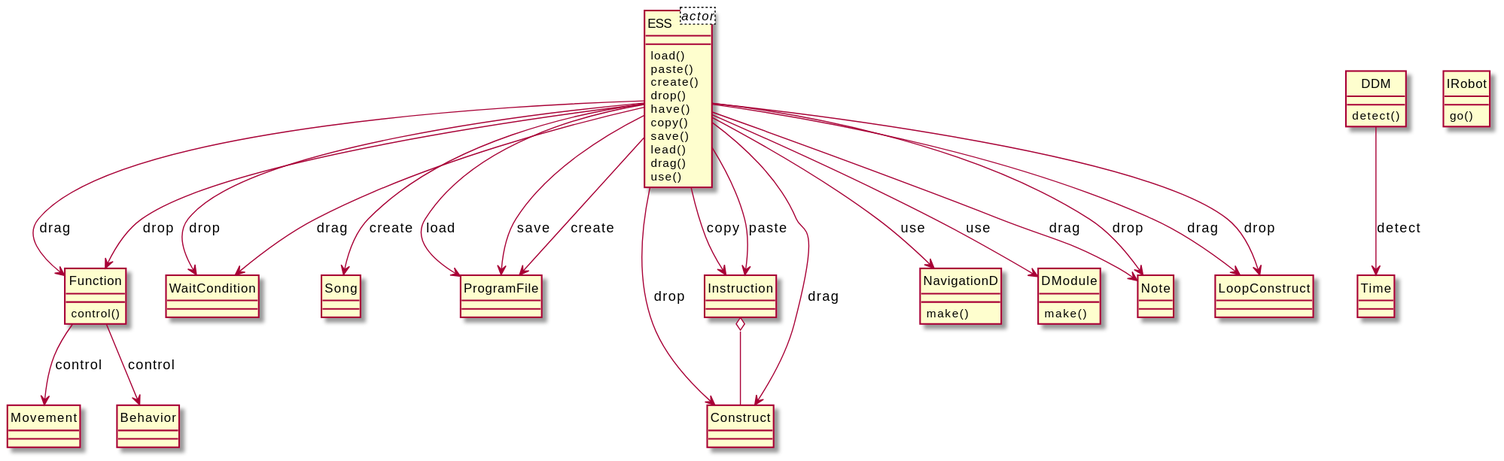
The PlantUML diagram output/diagram_5/2014-USC-Project07.svg in xixixhalu/DomainModelExtractor, before a commit.
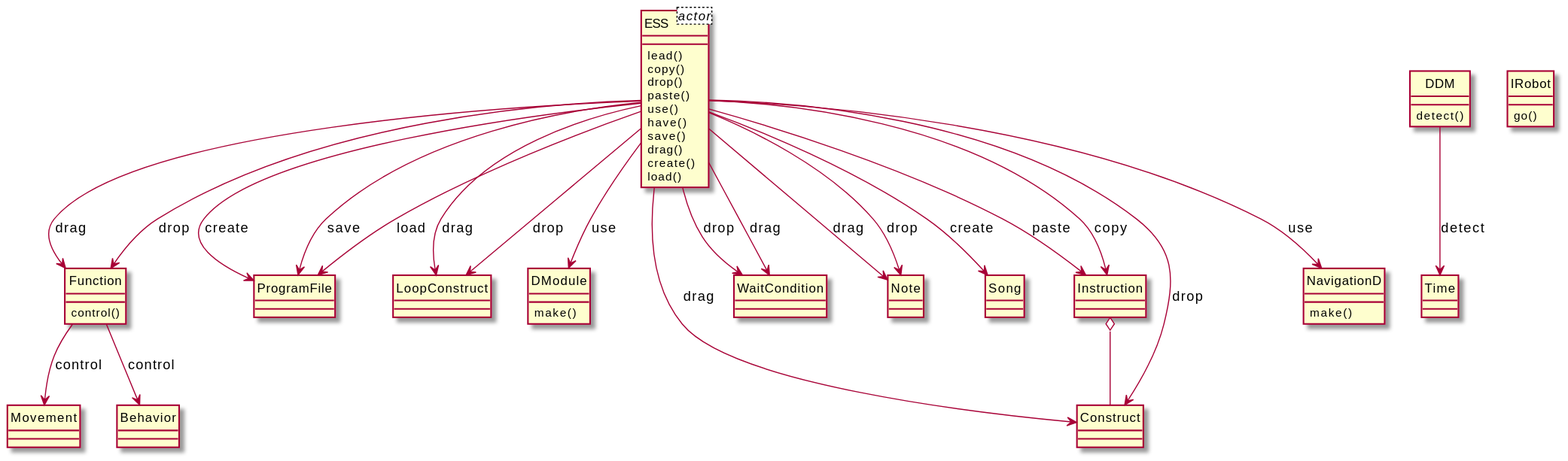
The same diagram one commit later.

Change to the diagram source:
```diff
@@ -3,72 +3,72 @@
 class ESS<actor> {
 }
 class ESS {
+	lead()
+	copy()
+	drop()
+	paste()
+	use()
+	have()
+	save()
+	drag()
+	create()
 	load()
-	paste()
-	create()
-	drop()
-	have()
-	copy()
-	save()
-	lead()
-	drag()
-	use()
 }
 class Instruction {
 }
-class WaitCondition {
+class ProgramFile {
 }
-class Song {
+class LoopConstruct {
 }
-class ProgramFile {
+class DModule {
+	make()
 }
 class Function {
 	control()
 }
-class Behavior {
+class WaitCondition {
 }
 class DDM {
 	detect()
 }
+class Note {
+}
+class Behavior {
+}
+class Movement {
+}
 class Time {
 }
+class Song {
+}
 class Construct {
+}
+class IRobot {
+	go()
 }
 class NavigationD {
 	make()
 }
-class DModule {
-	make()
-}
-class Movement {
-}
-class Note {
-}
-class LoopConstruct {
-}
-class IRobot {
-	go()
-}
+ESS --> LoopConstruct : drag
+ESS --> Construct : drop
+Instruction o-- Construct
+ESS --> DModule : use
+ESS --> Function : drag
+ESS --> Song : create
+ESS --> WaitCondition : drop
+ESS --> LoopConstruct : drop
+Function --> Behavior : control
+ESS --> Note : drag
+Function --> Movement : control
+ESS --> Construct : drag
+ESS --> WaitCondition : drag
+ESS --> ProgramFile : load
+ESS --> Note : drop
 ESS --> ProgramFile : create
-ESS --> Song : create
-ESS --> ProgramFile : load
-Instruction o-- Construct
-ESS --> ProgramFile : save
-Function --> Movement : control
-ESS --> Note : drag
-Function --> Behavior : control
-DDM --> Time : detect
-ESS --> Construct : drag
-ESS --> Construct : drop
-ESS --> Note : drop
-ESS --> Function : drag
-ESS --> WaitCondition : drop
-ESS --> LoopConstruct : drag
+ESS --> Instruction : paste
 ESS --> Function : drop
 ESS --> Instruction : copy
-ESS --> DModule : use
-ESS --> LoopConstruct : drop
-ESS --> WaitCondition : drag
-ESS --> Instruction : paste
 ESS --> NavigationD : use
+ESS --> ProgramFile : save
+DDM --> Time : detect
 @enduml
```
